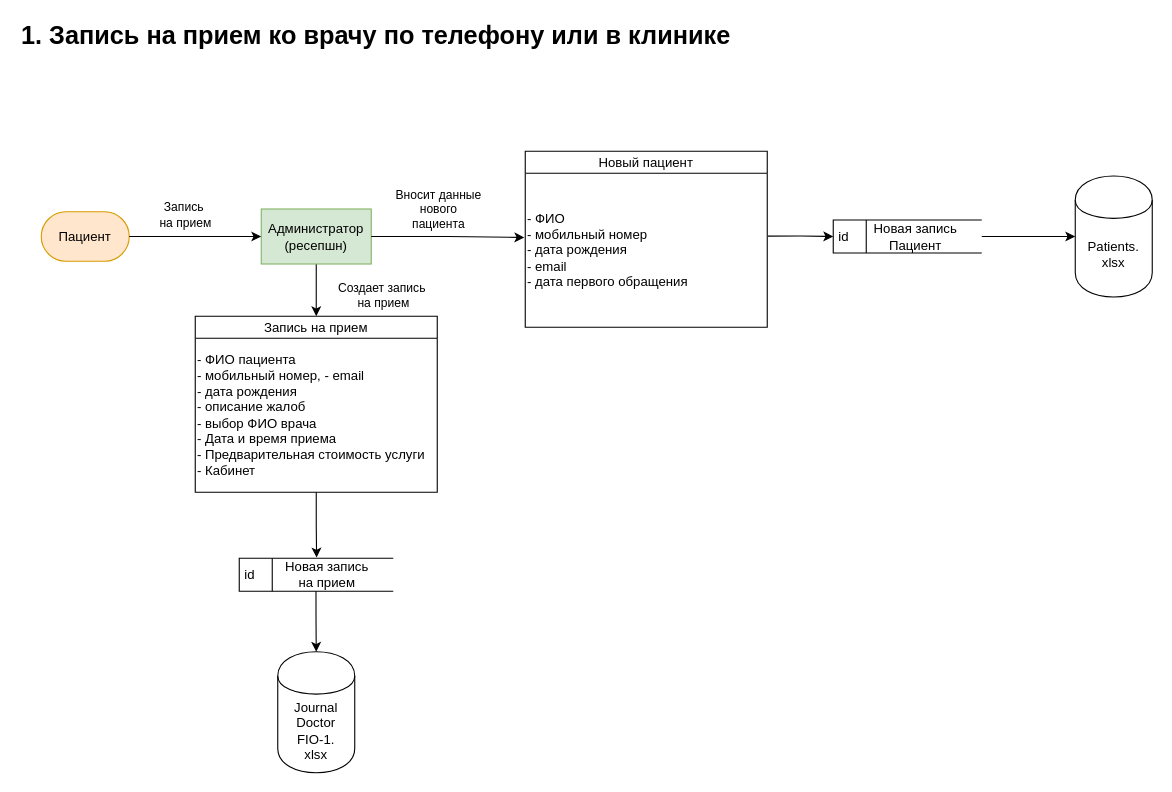
Ayzatullin/architecture-sprint-10 keeps this draw.io diagram as page "Запись на прием ко врачу" (1 of 7) of Exc1/Data Flow Diagrams.drawio. Above is the earlier version. Source tidied: cells renumbered, new cells numbered last; positions are measured from the earlier drawing's top-left corner, leaving out a move shared by most shapes. Both pictures are drawn from the tidied source at 110%, with x=0, y=0 at pixel (19, 19).
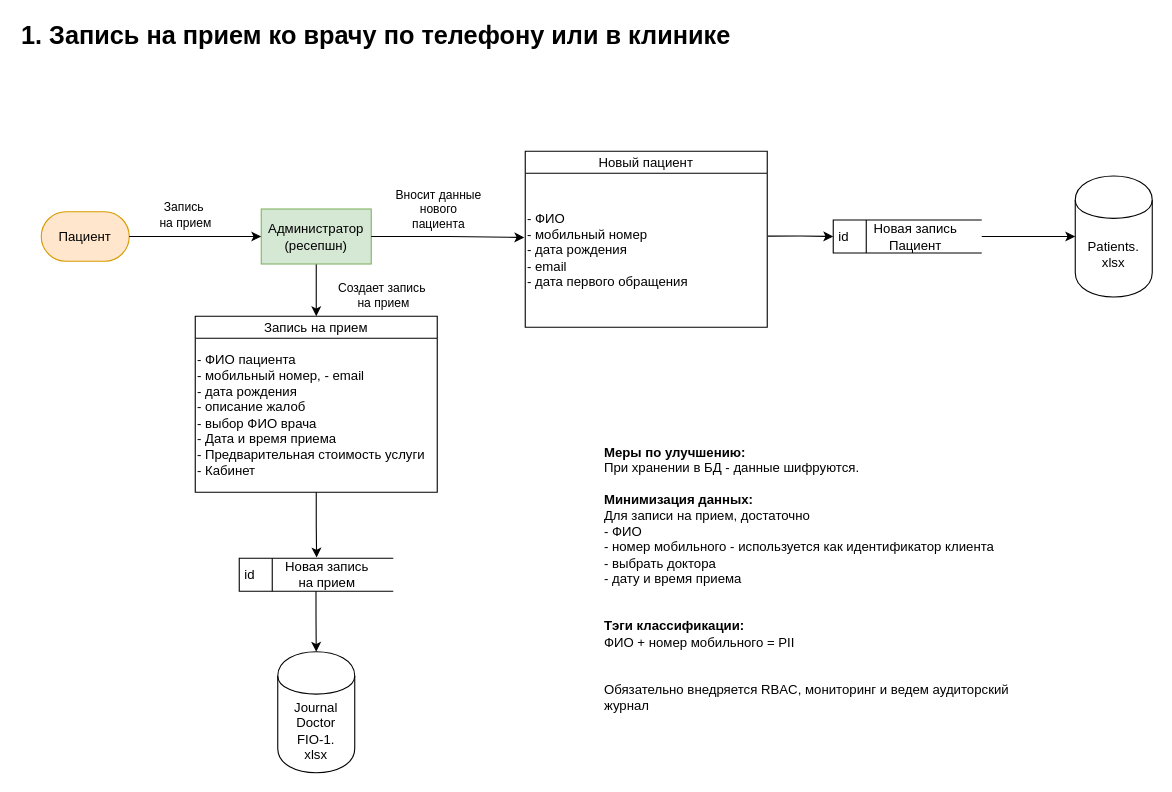
After the change.

What changed in the source:
```diff
@@
+    <mxCell id="25" value="&lt;div&gt;&lt;span style=&quot;background-color: transparent; color: light-dark(rgb(0, 0, 0), rgb(255, 255, 255));&quot;&gt;&lt;b&gt;Меры по улучшению:&lt;/b&gt;&lt;/span&gt;&lt;/div&gt;&lt;div&gt;&lt;span style=&quot;background-color: transparent; color: light-dark(rgb(0, 0, 0), rgb(255, 255, 255));&quot;&gt;При хранении в БД - данные шифруются.&lt;/span&gt;&lt;/div&gt;&lt;div&gt;&lt;span style=&quot;background-color: transparent; color: light-dark(rgb(0, 0, 0), rgb(255, 255, 255));&quot;&gt;&lt;br&gt;&lt;/span&gt;&lt;/div&gt;&lt;div&gt;&lt;span style=&quot;background-color: transparent; color: light-dark(rgb(0, 0, 0), rgb(255, 255, 255));&quot;&gt;&lt;b&gt;Минимизация данных:&lt;/b&gt;&lt;/span&gt;&lt;/div&gt;&lt;div&gt;&lt;span style=&quot;background-color: transparent; color: light-dark(rgb(0, 0, 0), rgb(255, 255, 255));&quot;&gt;Для записи на прием, достаточно&amp;nbsp;&lt;/span&gt;&lt;/div&gt;&lt;div&gt;&lt;span style=&quot;background-color: transparent; color: light-dark(rgb(0, 0, 0), rgb(255, 255, 255));&quot;&gt;- ФИО&lt;/span&gt;&lt;/div&gt;&lt;div&gt;&lt;span style=&quot;background-color: transparent; color: light-dark(rgb(0, 0, 0), rgb(255, 255, 255));&quot;&gt;- номер мобильного - используется как идентификатор клиента&lt;/span&gt;&lt;/div&gt;&lt;div&gt;&lt;span style=&quot;background-color: transparent; color: light-dark(rgb(0, 0, 0), rgb(255, 255, 255));&quot;&gt;- выбрать доктора&lt;/span&gt;&lt;/div&gt;&lt;div&gt;&lt;span style=&quot;background-color: transparent; color: light-dark(rgb(0, 0, 0), rgb(255, 255, 255));&quot;&gt;- дату и время приема&lt;/span&gt;&lt;/div&gt;&lt;div&gt;&lt;span style=&quot;background-color: transparent; color: light-dark(rgb(0, 0, 0), rgb(255, 255, 255));&quot;&gt;&lt;br&gt;&lt;/span&gt;&lt;/div&gt;&lt;div&gt;&lt;br&gt;&lt;/div&gt;&lt;div&gt;&lt;b&gt;Тэги классификации:&lt;/b&gt;&lt;/div&gt;&lt;div&gt;ФИО +&amp;nbsp;&lt;span style=&quot;background-color: transparent; color: light-dark(rgb(0, 0, 0), rgb(255, 255, 255));&quot;&gt;номер мобильного = PII&lt;/span&gt;&lt;/div&gt;&lt;div&gt;&lt;span style=&quot;background-color: transparent; color: light-dark(rgb(0, 0, 0), rgb(255, 255, 255));&quot;&gt;&lt;br&gt;&lt;/span&gt;&lt;/div&gt;&lt;div&gt;&lt;span style=&quot;background-color: transparent; color: light-dark(rgb(0, 0, 0), rgb(255, 255, 255));&quot;&gt;&lt;br&gt;&lt;/span&gt;&lt;/div&gt;&lt;div&gt;&lt;span style=&quot;background-color: transparent; color: light-dark(rgb(0, 0, 0), rgb(255, 255, 255));&quot;&gt;Обязательно внедряется RBAC, мониторинг и ведем аудиторский журнал&lt;/span&gt;&lt;/div&gt;" style="text;html=1;align=left;verticalAlign=top;whiteSpace=wrap;rounded=0;" parent="1" vertex="1">
+      <mxGeometry x="530" y="380" width="380" height="250" as="geometry" />
+    </mxCell>
```
